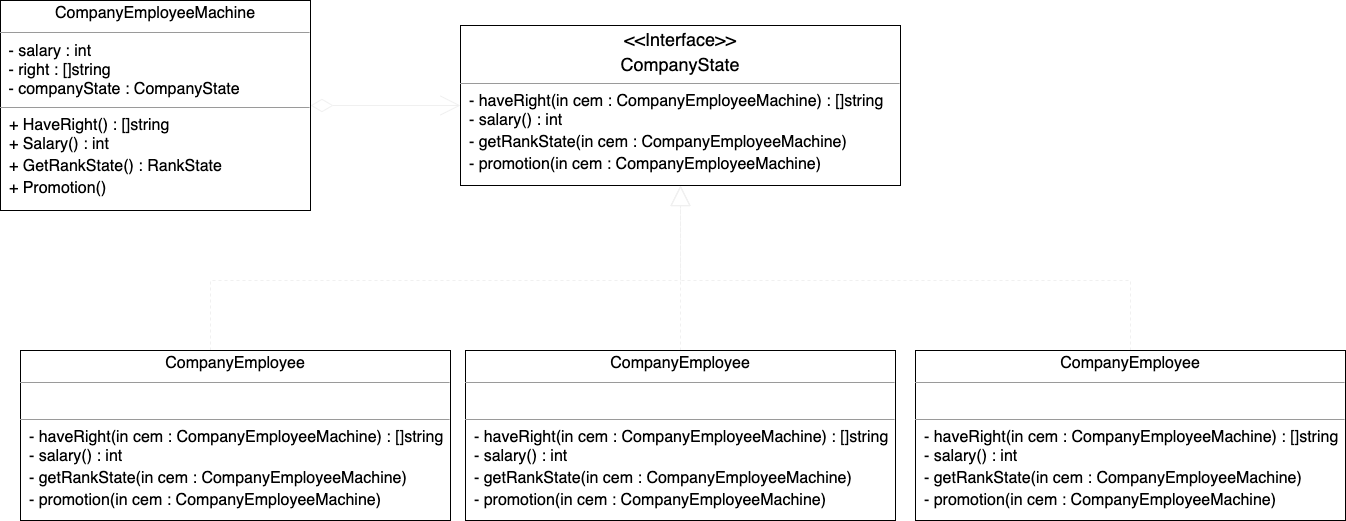
Before: img/pattern-state.png, a diagram exported from draw.io (boilingfrog/design-pattern-learning). Source tidied: cells renumbered, new cells last; positions are measured from the earlier drawing's top-left corner, leaving out a move shared by most shapes. Source of this version:
```xml
<mxGraphModel>
  <root>
    <mxCell id="0" />
    <mxCell id="1" parent="0" />
    <mxCell id="2" style="edgeStyle=orthogonalEdgeStyle;rounded=0;jumpStyle=none;html=1;entryX=0;entryY=0.5;entryDx=0;entryDy=0;shadow=0;startArrow=diamondThin;startFill=0;endArrow=open;endFill=0;endSize=18;strokeColor=#F0F0F0;fillColor=#2A2A2A;startSize=20;" parent="1" edge="1" source="3" target="6">
      <mxGeometry relative="1" as="geometry" />
    </mxCell>
    <mxCell id="3" value="&lt;p style=&quot;text-align: center ; margin: 4px 0px 0px&quot;&gt;&lt;span style=&quot;font-size: 16px&quot;&gt;CompanyEmployeeMachine&lt;/span&gt;&lt;/p&gt;&lt;hr size=&quot;1&quot; style=&quot;font-size: 18px&quot;&gt;&lt;p style=&quot;margin: 0px 0px 0px 4px ; font-size: 16px&quot;&gt;&lt;span&gt;&amp;nbsp;- salary : int&lt;/span&gt;&lt;br&gt;&lt;/p&gt;&lt;p style=&quot;margin: 0px 0px 0px 4px ; font-size: 16px&quot;&gt;&amp;nbsp;- right : []string&lt;br&gt;&lt;/p&gt;&lt;div&gt;&lt;p style=&quot;margin: 0px 0px 0px 4px ; font-size: 16px&quot;&gt;&amp;nbsp;- companyState : C&lt;span&gt;ompanyState&lt;/span&gt;&lt;/p&gt;&lt;/div&gt;&lt;hr size=&quot;1&quot; style=&quot;font-size: 16px&quot;&gt;&lt;span style=&quot;font-size: 16px&quot;&gt;&amp;nbsp; + HaveRight() : []string&lt;br&gt;&lt;/span&gt;&lt;span style=&quot;font-size: 16px&quot;&gt;&amp;nbsp; + Salary() : int&lt;/span&gt;&lt;br style=&quot;font-size: 16px&quot;&gt;&lt;span style=&quot;font-size: 16px&quot;&gt;&amp;nbsp; + GetRankState() : RankState&lt;/span&gt;&lt;br style=&quot;font-size: 16px&quot;&gt;&lt;span style=&quot;font-size: 16px&quot;&gt;&amp;nbsp; + Promotion()&amp;nbsp;&lt;/span&gt;" style="verticalAlign=top;align=left;overflow=fill;fontSize=12;fontFamily=Helvetica;html=1;" parent="1" vertex="1">
      <mxGeometry width="310" height="210" as="geometry" />
    </mxCell>
    <mxCell id="4" style="edgeStyle=orthogonalEdgeStyle;rounded=0;jumpStyle=none;html=1;shadow=0;startArrow=none;startFill=0;endArrow=block;endFill=0;endSize=18;strokeColor=#F0F0F0;fillColor=#2A2A2A;dashed=1;" parent="1" edge="1" source="5" target="6">
      <mxGeometry relative="1" as="geometry">
        <Array as="points">
          <mxPoint x="210" y="280" />
          <mxPoint x="680" y="280" />
        </Array>
      </mxGeometry>
    </mxCell>
    <mxCell id="5" value="&lt;p style=&quot;text-align: center ; margin: 4px 0px 0px&quot;&gt;&lt;span style=&quot;font-size: 16px&quot;&gt;CompanyEmployee&lt;/span&gt;&lt;/p&gt;&lt;hr size=&quot;1&quot; style=&quot;font-size: 18px&quot;&gt;&lt;p style=&quot;margin: 0px 0px 0px 4px ; font-size: 16px&quot;&gt;&lt;span&gt;&amp;nbsp;&lt;/span&gt;&lt;/p&gt;&lt;hr size=&quot;1&quot; style=&quot;font-size: 16px&quot;&gt;&lt;span style=&quot;font-size: 16px&quot;&gt;&amp;nbsp;&amp;nbsp;&lt;/span&gt;&lt;span style=&quot;font-size: 16px&quot;&gt;- haveRight(&lt;/span&gt;&lt;span style=&quot;font-size: 16px&quot;&gt;in cem : CompanyEmployeeMachine&lt;/span&gt;&lt;span style=&quot;font-size: 16px&quot;&gt;) : []string&lt;br&gt;&lt;/span&gt;&lt;span style=&quot;font-size: 16px&quot;&gt;&amp;nbsp; - salary() : int&lt;/span&gt;&lt;br style=&quot;font-size: 16px&quot;&gt;&lt;span style=&quot;font-size: 16px&quot;&gt;&amp;nbsp; - getRankState(in cem : CompanyEmployeeMachine)&amp;nbsp;&lt;/span&gt;&lt;br style=&quot;font-size: 16px&quot;&gt;&lt;span style=&quot;font-size: 16px&quot;&gt;&amp;nbsp; - promotion(&lt;/span&gt;&lt;span style=&quot;font-size: 16px&quot;&gt;in cem : CompanyEmployeeMachine&lt;/span&gt;&lt;span style=&quot;font-size: 16px&quot;&gt;)&amp;nbsp;&lt;/span&gt;" style="verticalAlign=top;align=left;overflow=fill;fontSize=12;fontFamily=Helvetica;html=1;" parent="1" vertex="1">
      <mxGeometry x="20" y="350" width="430" height="170" as="geometry" />
    </mxCell>
    <mxCell id="6" value="&lt;p style=&quot;margin: 4px 0px 0px ; text-align: center ; font-size: 18px&quot;&gt;&amp;lt;&amp;lt;Interface&amp;gt;&amp;gt;&lt;/p&gt;&lt;p style=&quot;margin: 4px 0px 0px ; text-align: center ; font-size: 18px&quot;&gt;CompanyState&lt;/p&gt;&lt;hr size=&quot;1&quot; style=&quot;font-size: 16px&quot;&gt;&lt;span style=&quot;font-size: 16px&quot;&gt;&amp;nbsp; - haveRight(&lt;/span&gt;&lt;span style=&quot;font-size: 16px&quot;&gt;in cem : CompanyEmployeeMachine&lt;/span&gt;&lt;span style=&quot;font-size: 16px&quot;&gt;) : []string&lt;br&gt;&lt;/span&gt;&lt;span style=&quot;font-size: 16px&quot;&gt;&amp;nbsp; - salary() : int&lt;/span&gt;&lt;br style=&quot;font-size: 16px&quot;&gt;&lt;span style=&quot;font-size: 16px&quot;&gt;&amp;nbsp; - getRankState(in cem : CompanyEmployeeMachine)&amp;nbsp;&lt;/span&gt;&lt;br style=&quot;font-size: 16px&quot;&gt;&lt;span style=&quot;font-size: 16px&quot;&gt;&amp;nbsp; - promotion(&lt;/span&gt;&lt;span style=&quot;font-size: 16px&quot;&gt;in cem : CompanyEmployeeMachine&lt;/span&gt;&lt;span style=&quot;font-size: 16px&quot;&gt;)&amp;nbsp;&lt;/span&gt;&lt;span style=&quot;font-size: 16px&quot;&gt;&lt;br&gt;&lt;/span&gt;" style="verticalAlign=top;align=left;overflow=fill;fontSize=12;fontFamily=Helvetica;html=1;" parent="1" vertex="1">
      <mxGeometry x="460" y="25" width="440" height="160" as="geometry" />
    </mxCell>
    <mxCell id="7" style="edgeStyle=orthogonalEdgeStyle;rounded=1;jumpStyle=none;html=1;entryX=0.5;entryY=1;entryDx=0;entryDy=0;shadow=0;startArrow=none;startFill=0;endArrow=block;endFill=0;endSize=18;strokeColor=#F0F0F0;fillColor=#2A2A2A;dashed=1;" parent="1" edge="1" source="8" target="6">
      <mxGeometry relative="1" as="geometry" />
    </mxCell>
    <mxCell id="8" value="&lt;p style=&quot;text-align: center ; margin: 4px 0px 0px&quot;&gt;&lt;span style=&quot;font-size: 16px&quot;&gt;CompanyEmployee&lt;/span&gt;&lt;/p&gt;&lt;hr size=&quot;1&quot; style=&quot;font-size: 18px&quot;&gt;&lt;p style=&quot;margin: 0px 0px 0px 4px ; font-size: 16px&quot;&gt;&lt;span&gt;&amp;nbsp;&lt;/span&gt;&lt;/p&gt;&lt;hr size=&quot;1&quot; style=&quot;font-size: 16px&quot;&gt;&lt;span style=&quot;font-size: 16px&quot;&gt;&amp;nbsp;&amp;nbsp;&lt;/span&gt;&lt;span style=&quot;font-size: 16px&quot;&gt;- haveRight(&lt;/span&gt;&lt;span style=&quot;font-size: 16px&quot;&gt;in cem : CompanyEmployeeMachine&lt;/span&gt;&lt;span style=&quot;font-size: 16px&quot;&gt;) : []string&lt;br&gt;&lt;/span&gt;&lt;span style=&quot;font-size: 16px&quot;&gt;&amp;nbsp; - salary() : int&lt;/span&gt;&lt;br style=&quot;font-size: 16px&quot;&gt;&lt;span style=&quot;font-size: 16px&quot;&gt;&amp;nbsp; - getRankState(in cem : CompanyEmployeeMachine)&amp;nbsp;&lt;/span&gt;&lt;br style=&quot;font-size: 16px&quot;&gt;&lt;span style=&quot;font-size: 16px&quot;&gt;&amp;nbsp; - promotion(&lt;/span&gt;&lt;span style=&quot;font-size: 16px&quot;&gt;in cem : CompanyEmployeeMachine&lt;/span&gt;&lt;span style=&quot;font-size: 16px&quot;&gt;)&amp;nbsp;&lt;/span&gt;" style="verticalAlign=top;align=left;overflow=fill;fontSize=12;fontFamily=Helvetica;html=1;" parent="1" vertex="1">
      <mxGeometry x="465" y="350" width="430" height="170" as="geometry" />
    </mxCell>
    <mxCell id="9" style="edgeStyle=orthogonalEdgeStyle;rounded=0;jumpStyle=none;html=1;entryX=0.5;entryY=1;entryDx=0;entryDy=0;shadow=0;dashed=1;startArrow=none;startFill=0;endArrow=block;endFill=0;endSize=18;fillColor=#2A2A2A;strokeColor=none;" parent="1" edge="1" source="11" target="6">
      <mxGeometry relative="1" as="geometry">
        <Array as="points">
          <mxPoint x="1130" y="280" />
          <mxPoint x="680" y="280" />
        </Array>
      </mxGeometry>
    </mxCell>
    <mxCell id="10" style="edgeStyle=orthogonalEdgeStyle;rounded=0;jumpStyle=none;html=1;entryX=0.5;entryY=1;entryDx=0;entryDy=0;shadow=0;dashed=1;startArrow=none;startFill=0;endArrow=block;endFill=0;endSize=18;strokeColor=#F0F0F0;fillColor=#2A2A2A;" parent="1" edge="1" source="11" target="6">
      <mxGeometry relative="1" as="geometry">
        <Array as="points">
          <mxPoint x="1130" y="280" />
          <mxPoint x="680" y="280" />
        </Array>
      </mxGeometry>
    </mxCell>
    <mxCell id="11" value="&lt;p style=&quot;text-align: center ; margin: 4px 0px 0px&quot;&gt;&lt;span style=&quot;font-size: 16px&quot;&gt;CompanyEmployee&lt;/span&gt;&lt;/p&gt;&lt;hr size=&quot;1&quot; style=&quot;font-size: 18px&quot;&gt;&lt;p style=&quot;margin: 0px 0px 0px 4px ; font-size: 16px&quot;&gt;&lt;span&gt;&amp;nbsp;&lt;/span&gt;&lt;/p&gt;&lt;hr size=&quot;1&quot; style=&quot;font-size: 16px&quot;&gt;&lt;span style=&quot;font-size: 16px&quot;&gt;&amp;nbsp;&amp;nbsp;&lt;/span&gt;&lt;span style=&quot;font-size: 16px&quot;&gt;- haveRight(&lt;/span&gt;&lt;span style=&quot;font-size: 16px&quot;&gt;in cem : CompanyEmployeeMachine&lt;/span&gt;&lt;span style=&quot;font-size: 16px&quot;&gt;) : []string&lt;br&gt;&lt;/span&gt;&lt;span style=&quot;font-size: 16px&quot;&gt;&amp;nbsp; - salary() : int&lt;/span&gt;&lt;br style=&quot;font-size: 16px&quot;&gt;&lt;span style=&quot;font-size: 16px&quot;&gt;&amp;nbsp; - getRankState(in cem : CompanyEmployeeMachine)&amp;nbsp;&lt;/span&gt;&lt;br style=&quot;font-size: 16px&quot;&gt;&lt;span style=&quot;font-size: 16px&quot;&gt;&amp;nbsp; - promotion(&lt;/span&gt;&lt;span style=&quot;font-size: 16px&quot;&gt;in cem : CompanyEmployeeMachine&lt;/span&gt;&lt;span style=&quot;font-size: 16px&quot;&gt;)&amp;nbsp;&lt;/span&gt;" style="verticalAlign=top;align=left;overflow=fill;fontSize=12;fontFamily=Helvetica;html=1;" parent="1" vertex="1">
      <mxGeometry x="915" y="350" width="430" height="170" as="geometry" />
    </mxCell>
  </root>
</mxGraphModel>
```
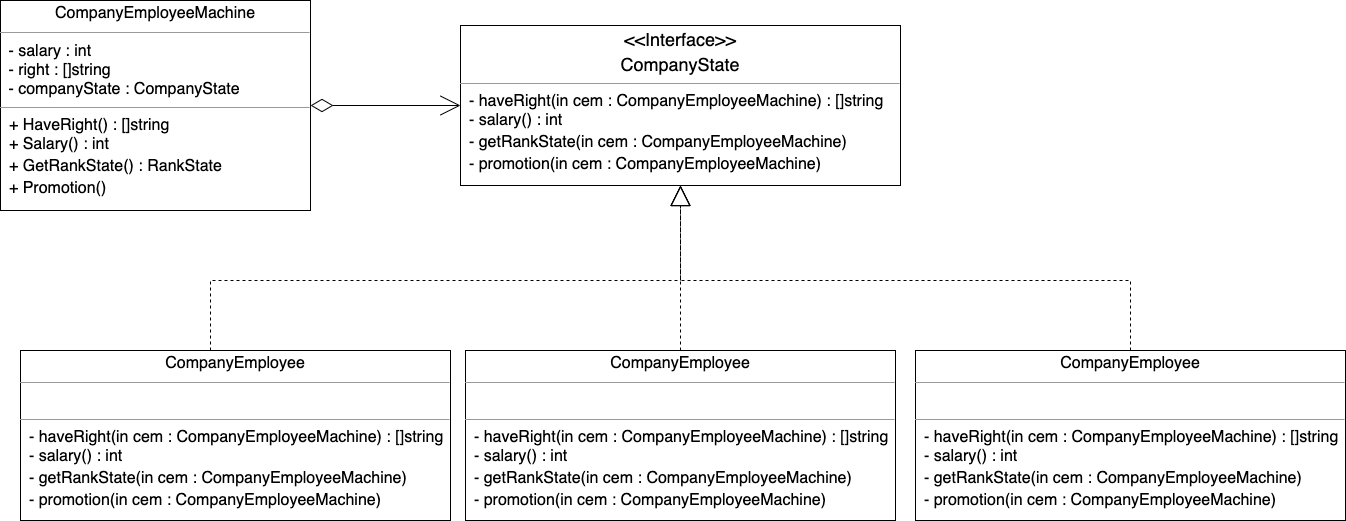
Later version of the same file.

The edit, as a diff of the source:
```diff
@@ -2,13 +2,13 @@
   <root>
     <mxCell id="0" />
     <mxCell id="1" parent="0" />
-    <mxCell id="2" style="edgeStyle=orthogonalEdgeStyle;rounded=0;jumpStyle=none;html=1;entryX=0;entryY=0.5;entryDx=0;entryDy=0;shadow=0;startArrow=diamondThin;startFill=0;endArrow=open;endFill=0;endSize=18;strokeColor=#F0F0F0;fillColor=#2A2A2A;startSize=20;" parent="1" edge="1" source="3" target="6">
+    <mxCell id="2" style="edgeStyle=orthogonalEdgeStyle;rounded=0;jumpStyle=none;html=1;entryX=0;entryY=0.5;entryDx=0;entryDy=0;shadow=0;startArrow=diamondThin;startFill=0;endArrow=open;endFill=0;endSize=18;startSize=20;" parent="1" edge="1" source="3" target="6">
       <mxGeometry relative="1" as="geometry" />
     </mxCell>
     <mxCell id="3" value="&lt;p style=&quot;text-align: center ; margin: 4px 0px 0px&quot;&gt;&lt;span style=&quot;font-size: 16px&quot;&gt;CompanyEmployeeMachine&lt;/span&gt;&lt;/p&gt;&lt;hr size=&quot;1&quot; style=&quot;font-size: 18px&quot;&gt;&lt;p style=&quot;margin: 0px 0px 0px 4px ; font-size: 16px&quot;&gt;&lt;span&gt;&amp;nbsp;- salary : int&lt;/span&gt;&lt;br&gt;&lt;/p&gt;&lt;p style=&quot;margin: 0px 0px 0px 4px ; font-size: 16px&quot;&gt;&amp;nbsp;- right : []string&lt;br&gt;&lt;/p&gt;&lt;div&gt;&lt;p style=&quot;margin: 0px 0px 0px 4px ; font-size: 16px&quot;&gt;&amp;nbsp;- companyState : C&lt;span&gt;ompanyState&lt;/span&gt;&lt;/p&gt;&lt;/div&gt;&lt;hr size=&quot;1&quot; style=&quot;font-size: 16px&quot;&gt;&lt;span style=&quot;font-size: 16px&quot;&gt;&amp;nbsp; + HaveRight() : []string&lt;br&gt;&lt;/span&gt;&lt;span style=&quot;font-size: 16px&quot;&gt;&amp;nbsp; + Salary() : int&lt;/span&gt;&lt;br style=&quot;font-size: 16px&quot;&gt;&lt;span style=&quot;font-size: 16px&quot;&gt;&amp;nbsp; + GetRankState() : RankState&lt;/span&gt;&lt;br style=&quot;font-size: 16px&quot;&gt;&lt;span style=&quot;font-size: 16px&quot;&gt;&amp;nbsp; + Promotion()&amp;nbsp;&lt;/span&gt;" style="verticalAlign=top;align=left;overflow=fill;fontSize=12;fontFamily=Helvetica;html=1;" parent="1" vertex="1">
       <mxGeometry width="310" height="210" as="geometry" />
     </mxCell>
-    <mxCell id="4" style="edgeStyle=orthogonalEdgeStyle;rounded=0;jumpStyle=none;html=1;shadow=0;startArrow=none;startFill=0;endArrow=block;endFill=0;endSize=18;strokeColor=#F0F0F0;fillColor=#2A2A2A;dashed=1;" parent="1" edge="1" source="5" target="6">
+    <mxCell id="4" style="edgeStyle=orthogonalEdgeStyle;rounded=0;jumpStyle=none;html=1;shadow=0;startArrow=none;startFill=0;endArrow=block;endFill=0;endSize=18;dashed=1;" parent="1" edge="1" source="5" target="6">
       <mxGeometry relative="1" as="geometry">
         <Array as="points">
           <mxPoint x="210" y="280" />
@@ -22,7 +22,7 @@
     <mxCell id="6" value="&lt;p style=&quot;margin: 4px 0px 0px ; text-align: center ; font-size: 18px&quot;&gt;&amp;lt;&amp;lt;Interface&amp;gt;&amp;gt;&lt;/p&gt;&lt;p style=&quot;margin: 4px 0px 0px ; text-align: center ; font-size: 18px&quot;&gt;CompanyState&lt;/p&gt;&lt;hr size=&quot;1&quot; style=&quot;font-size: 16px&quot;&gt;&lt;span style=&quot;font-size: 16px&quot;&gt;&amp;nbsp; - haveRight(&lt;/span&gt;&lt;span style=&quot;font-size: 16px&quot;&gt;in cem : CompanyEmployeeMachine&lt;/span&gt;&lt;span style=&quot;font-size: 16px&quot;&gt;) : []string&lt;br&gt;&lt;/span&gt;&lt;span style=&quot;font-size: 16px&quot;&gt;&amp;nbsp; - salary() : int&lt;/span&gt;&lt;br style=&quot;font-size: 16px&quot;&gt;&lt;span style=&quot;font-size: 16px&quot;&gt;&amp;nbsp; - getRankState(in cem : CompanyEmployeeMachine)&amp;nbsp;&lt;/span&gt;&lt;br style=&quot;font-size: 16px&quot;&gt;&lt;span style=&quot;font-size: 16px&quot;&gt;&amp;nbsp; - promotion(&lt;/span&gt;&lt;span style=&quot;font-size: 16px&quot;&gt;in cem : CompanyEmployeeMachine&lt;/span&gt;&lt;span style=&quot;font-size: 16px&quot;&gt;)&amp;nbsp;&lt;/span&gt;&lt;span style=&quot;font-size: 16px&quot;&gt;&lt;br&gt;&lt;/span&gt;" style="verticalAlign=top;align=left;overflow=fill;fontSize=12;fontFamily=Helvetica;html=1;" parent="1" vertex="1">
       <mxGeometry x="460" y="25" width="440" height="160" as="geometry" />
     </mxCell>
-    <mxCell id="7" style="edgeStyle=orthogonalEdgeStyle;rounded=1;jumpStyle=none;html=1;entryX=0.5;entryY=1;entryDx=0;entryDy=0;shadow=0;startArrow=none;startFill=0;endArrow=block;endFill=0;endSize=18;strokeColor=#F0F0F0;fillColor=#2A2A2A;dashed=1;" parent="1" edge="1" source="8" target="6">
+    <mxCell id="7" style="edgeStyle=orthogonalEdgeStyle;rounded=1;jumpStyle=none;html=1;entryX=0.5;entryY=1;entryDx=0;entryDy=0;shadow=0;startArrow=none;startFill=0;endArrow=block;endFill=0;endSize=18;dashed=1;" parent="1" edge="1" source="8" target="6">
       <mxGeometry relative="1" as="geometry" />
     </mxCell>
     <mxCell id="8" value="&lt;p style=&quot;text-align: center ; margin: 4px 0px 0px&quot;&gt;&lt;span style=&quot;font-size: 16px&quot;&gt;CompanyEmployee&lt;/span&gt;&lt;/p&gt;&lt;hr size=&quot;1&quot; style=&quot;font-size: 18px&quot;&gt;&lt;p style=&quot;margin: 0px 0px 0px 4px ; font-size: 16px&quot;&gt;&lt;span&gt;&amp;nbsp;&lt;/span&gt;&lt;/p&gt;&lt;hr size=&quot;1&quot; style=&quot;font-size: 16px&quot;&gt;&lt;span style=&quot;font-size: 16px&quot;&gt;&amp;nbsp;&amp;nbsp;&lt;/span&gt;&lt;span style=&quot;font-size: 16px&quot;&gt;- haveRight(&lt;/span&gt;&lt;span style=&quot;font-size: 16px&quot;&gt;in cem : CompanyEmployeeMachine&lt;/span&gt;&lt;span style=&quot;font-size: 16px&quot;&gt;) : []string&lt;br&gt;&lt;/span&gt;&lt;span style=&quot;font-size: 16px&quot;&gt;&amp;nbsp; - salary() : int&lt;/span&gt;&lt;br style=&quot;font-size: 16px&quot;&gt;&lt;span style=&quot;font-size: 16px&quot;&gt;&amp;nbsp; - getRankState(in cem : CompanyEmployeeMachine)&amp;nbsp;&lt;/span&gt;&lt;br style=&quot;font-size: 16px&quot;&gt;&lt;span style=&quot;font-size: 16px&quot;&gt;&amp;nbsp; - promotion(&lt;/span&gt;&lt;span style=&quot;font-size: 16px&quot;&gt;in cem : CompanyEmployeeMachine&lt;/span&gt;&lt;span style=&quot;font-size: 16px&quot;&gt;)&amp;nbsp;&lt;/span&gt;" style="verticalAlign=top;align=left;overflow=fill;fontSize=12;fontFamily=Helvetica;html=1;" parent="1" vertex="1">
@@ -36,7 +36,7 @@
         </Array>
       </mxGeometry>
     </mxCell>
-    <mxCell id="10" style="edgeStyle=orthogonalEdgeStyle;rounded=0;jumpStyle=none;html=1;entryX=0.5;entryY=1;entryDx=0;entryDy=0;shadow=0;dashed=1;startArrow=none;startFill=0;endArrow=block;endFill=0;endSize=18;strokeColor=#F0F0F0;fillColor=#2A2A2A;" parent="1" edge="1" source="11" target="6">
+    <mxCell id="10" style="edgeStyle=orthogonalEdgeStyle;rounded=0;jumpStyle=none;html=1;entryX=0.5;entryY=1;entryDx=0;entryDy=0;shadow=0;dashed=1;startArrow=none;startFill=0;endArrow=block;endFill=0;endSize=18;" parent="1" edge="1" source="11" target="6">
       <mxGeometry relative="1" as="geometry">
         <Array as="points">
           <mxPoint x="1130" y="280" />
```
